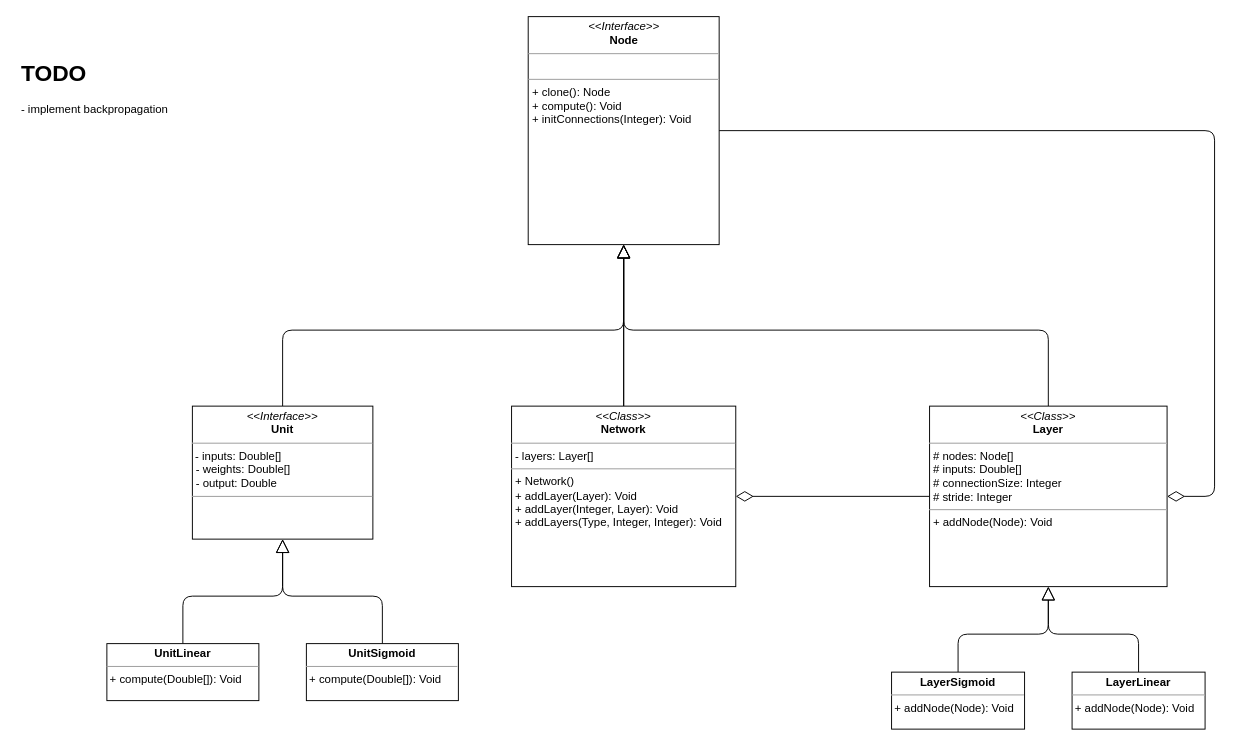
The draw.io diagram neural_net.drawio in iliasbk/NN_tools, before the edit. Source tidied: cells renumbered, new cells numbered last; positions are measured from the earlier drawing's top-left corner, leaving out a move shared by most shapes. Both pictures are drawn from the tidied source at 95%, with x=0, y=0 at pixel (16, 16).
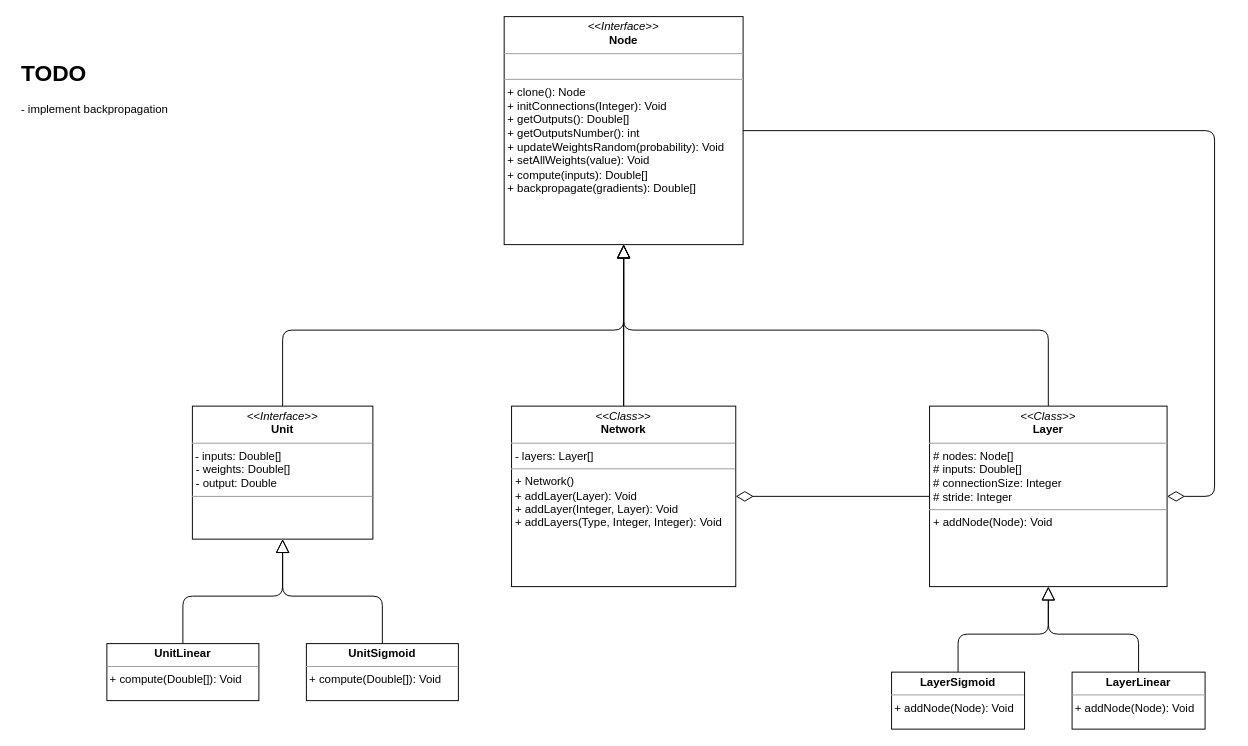
After the change.

Diff of the diagram source:
```diff
@@
-    <mxCell id="2" value="&lt;p style=&quot;margin:0px;margin-top:4px;text-align:center;&quot;&gt;&lt;i&gt;&amp;lt;&amp;lt;Interface&amp;gt;&amp;gt;&lt;/i&gt;&lt;br&gt;&lt;b&gt;Node&lt;/b&gt;&lt;/p&gt;&lt;hr size=&quot;1&quot;&gt;&lt;p style=&quot;margin:0px;margin-left:4px;&quot;&gt;&lt;br&gt;&lt;/p&gt;&lt;hr size=&quot;1&quot;&gt;&lt;p style=&quot;margin:0px;margin-left:4px;&quot;&gt;+ clone(): Node&lt;/p&gt;&lt;p style=&quot;margin:0px;margin-left:4px;&quot;&gt;+ compute(): Void&lt;br&gt;&lt;/p&gt;&lt;p style=&quot;margin:0px;margin-left:4px;&quot;&gt;+ initConnections(Integer): Void&lt;/p&gt;" style="verticalAlign=top;align=left;overflow=fill;fontSize=12;fontFamily=Helvetica;html=1;whiteSpace=wrap;" parent="1" vertex="1">
-      <mxGeometry x="538.5" width="201" height="240" as="geometry" />
+    <mxCell id="2" value="&lt;p style=&quot;margin:0px;margin-top:4px;text-align:center;&quot;&gt;&lt;i&gt;&amp;lt;&amp;lt;Interface&amp;gt;&amp;gt;&lt;/i&gt;&lt;br&gt;&lt;b&gt;Node&lt;/b&gt;&lt;/p&gt;&lt;hr size=&quot;1&quot;&gt;&lt;p style=&quot;margin:0px;margin-left:4px;&quot;&gt;&lt;br&gt;&lt;/p&gt;&lt;hr size=&quot;1&quot;&gt;&lt;p style=&quot;margin:0px;margin-left:4px;&quot;&gt;+ clone(): Node&lt;/p&gt;&lt;p style=&quot;margin:0px;margin-left:4px;&quot;&gt;+ initConnections(Integer): Void&lt;/p&gt;&lt;p style=&quot;margin:0px;margin-left:4px;&quot;&gt;+ getOutputs(): Double[]&lt;/p&gt;&lt;p style=&quot;margin:0px;margin-left:4px;&quot;&gt;+ getOutputsNumber(): int&lt;/p&gt;&lt;p style=&quot;margin:0px;margin-left:4px;&quot;&gt;+ updateWeightsRandom(probability): Void&lt;/p&gt;&lt;p style=&quot;margin:0px;margin-left:4px;&quot;&gt;+ setAllWeights(value): Void&lt;/p&gt;&lt;p style=&quot;margin:0px;margin-left:4px;&quot;&gt;+ compute(inputs): Double[]&lt;/p&gt;&lt;p style=&quot;margin:0px;margin-left:4px;&quot;&gt;+ backpropagate(gradients): Double[]&lt;/p&gt;" style="verticalAlign=top;align=left;overflow=fill;fontSize=12;fontFamily=Helvetica;html=1;whiteSpace=wrap;" parent="1" vertex="1">
+      <mxGeometry x="513.2" width="251.5" height="240" as="geometry" />
     </mxCell>
```
